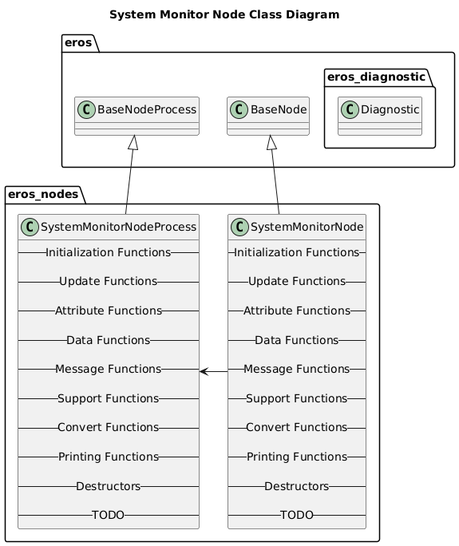
dgitz/eros keeps this PlantUML diagram as nodes/SystemMonitor/doc/output/SystemMonitorNodeClassDiagram.png. Above is the earlier version.
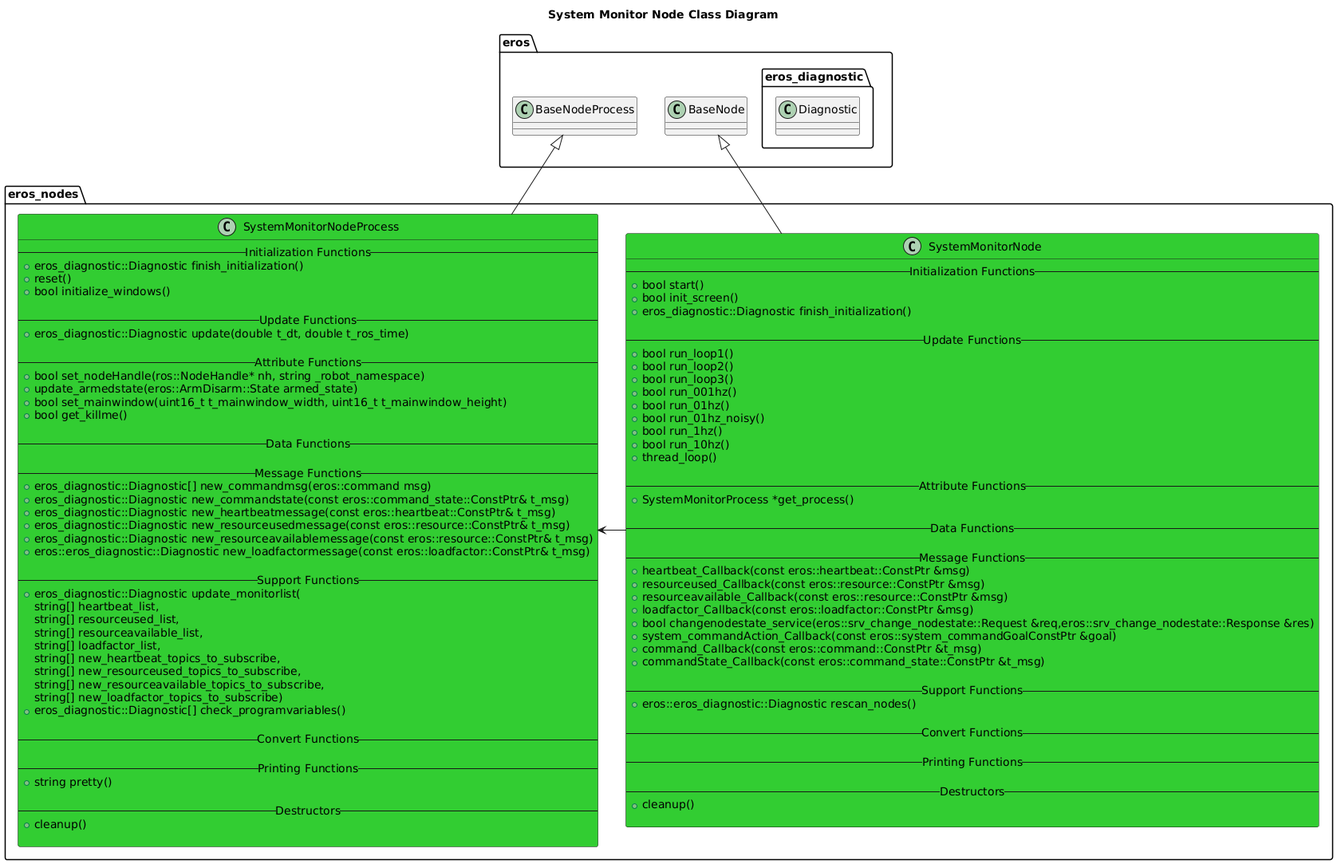
Above is the later version.

Commit message:
Added class diagrams for all nodes.

Diff of the diagram source:
```diff
@@ -8,47 +8,94 @@
     }
 }
 namespace eros_nodes {
-    class SystemMonitorNode {
+    class SystemMonitorNode #LimeGreen {
         -- Initialization Functions --
+        +bool start()
+        +bool init_screen()
+        +eros_diagnostic::Diagnostic finish_initialization()
 
         -- Update Functions --
+        +bool run_loop1()
+        +bool run_loop2()
+        +bool run_loop3()
+        +bool run_001hz()
+        +bool run_01hz()
+        +bool run_01hz_noisy()
+        +bool run_1hz()
+        +bool run_10hz()
+        +thread_loop()
 
         -- Attribute Functions --
+        +SystemMonitorProcess *get_process()
 
         -- Data Functions --
 
         -- Message Functions --
+        +heartbeat_Callback(const eros::heartbeat::ConstPtr &msg)
+        +resourceused_Callback(const eros::resource::ConstPtr &msg)
+        +resourceavailable_Callback(const eros::resource::ConstPtr &msg)
+        +loadfactor_Callback(const eros::loadfactor::ConstPtr &msg)
+        +bool changenodestate_service(eros::srv_change_nodestate::Request &req,eros::srv_change_nodestate::Response &res)
+        +system_commandAction_Callback(const eros::system_commandGoalConstPtr &goal)
+        +command_Callback(const eros::command::ConstPtr &t_msg)
+        +commandState_Callback(const eros::command_state::ConstPtr &t_msg)
 
         -- Support Functions --
+        +eros::eros_diagnostic::Diagnostic rescan_nodes()
 
         -- Convert Functions --
 
         -- Printing Functions --
 
         -- Destructors --
+        +cleanup()
 
-        -- TODO --
     }
-    class SystemMonitorNodeProcess {
+    class SystemMonitorNodeProcess #LimeGreen {
         -- Initialization Functions --
+        +eros_diagnostic::Diagnostic finish_initialization()
+        +reset()
+        +bool initialize_windows()
 
         -- Update Functions --
+        +eros_diagnostic::Diagnostic update(double t_dt, double t_ros_time)
 
         -- Attribute Functions --
+        +bool set_nodeHandle(ros::NodeHandle* nh, string _robot_namespace)
+        +update_armedstate(eros::ArmDisarm::State armed_state)
+        +bool set_mainwindow(uint16_t t_mainwindow_width, uint16_t t_mainwindow_height)
+        +bool get_killme()
 
         -- Data Functions --
 
         -- Message Functions --
+        +eros_diagnostic::Diagnostic[] new_commandmsg(eros::command msg)
+        +eros_diagnostic::Diagnostic new_commandstate(const eros::command_state::ConstPtr& t_msg)
+        +eros_diagnostic::Diagnostic new_heartbeatmessage(const eros::heartbeat::ConstPtr& t_msg)
+        +eros_diagnostic::Diagnostic new_resourceusedmessage(const eros::resource::ConstPtr& t_msg)
+        +eros_diagnostic::Diagnostic new_resourceavailablemessage(const eros::resource::ConstPtr& t_msg)
+        +eros::eros_diagnostic::Diagnostic new_loadfactormessage(const eros::loadfactor::ConstPtr& t_msg)
 
         -- Support Functions --
+        +eros_diagnostic::Diagnostic update_monitorlist(
+            string[] heartbeat_list,
+            string[] resourceused_list,
+            string[] resourceavailable_list,
+            string[] loadfactor_list,
+            string[] new_heartbeat_topics_to_subscribe,
+            string[] new_resourceused_topics_to_subscribe,
+            string[] new_resourceavailable_topics_to_subscribe,
+            string[] new_loadfactor_topics_to_subscribe)
+        +eros_diagnostic::Diagnostic[] check_programvariables()
 
         -- Convert Functions --
 
         -- Printing Functions --
+        +string pretty()
 
         -- Destructors --
+        +cleanup()
 
-        -- TODO --
     }
 
     BaseNode <|-- SystemMonitorNode
```
